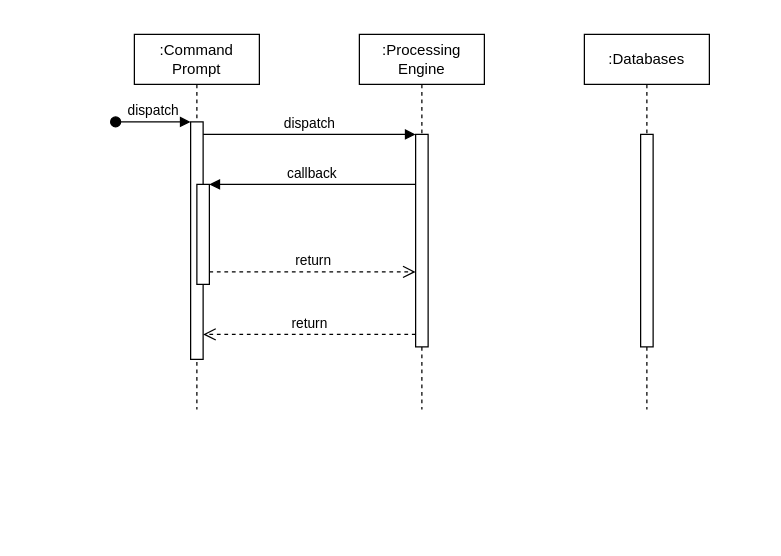
Above: page "Customer" (1 of 7) of Architecture/sequence_diagram.drawio in NataliaPalej/Newsagent-Project (draw.io), before the change. Source tidied: cells renumbered, new cells numbered last; positions are measured from the earlier drawing's top-left corner, leaving out a move shared by most shapes. Both pictures are drawn from the tidied source at 125%, with x=0, y=0 at pixel (115, 34).
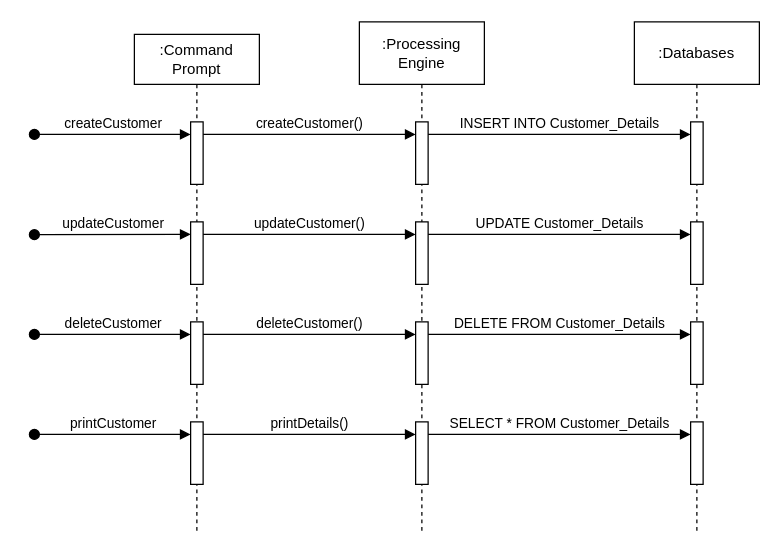
After the change.

Change to the diagram source:
```diff
@@
     <mxCell id="2" value=":Command Prompt" style="shape=umlLifeline;perimeter=lifelinePerimeter;whiteSpace=wrap;html=1;newEdgeStyle={&quot;edgeStyle&quot;:&quot;elbowEdgeStyle&quot;,&quot;elbow&quot;:&quot;vertical&quot;,&quot;curved&quot;:0,&quot;rounded&quot;:0};" parent="1" vertex="1">
-      <mxGeometry x="15" width="100" height="300" as="geometry" />
+      <mxGeometry x="15" width="100" height="400" as="geometry" />
     </mxCell>
     <mxCell id="3" style="html=1;points=[];perimeter=orthogonalPerimeter;outlineConnect=0;targetShapes=umlLifeline;portConstraint=eastwest;newEdgeStyle={&quot;edgeStyle&quot;:&quot;elbowEdgeStyle&quot;,&quot;elbow&quot;:&quot;vertical&quot;,&quot;curved&quot;:0,&quot;rounded&quot;:0};" parent="2" vertex="1">
-      <mxGeometry x="45" y="70" width="10" height="190" as="geometry" />
+      <mxGeometry x="45" y="70" width="10" height="50" as="geometry" />
     </mxCell>
-    <mxCell id="4" value="dispatch" style="html=1;verticalAlign=bottom;startArrow=oval;endArrow=block;startSize=8;edgeStyle=elbowEdgeStyle;elbow=vertical;curved=0;rounded=0;" parent="2" edge="1" target="3">
+    <mxCell id="4" value="createCustomer" style="html=1;verticalAlign=bottom;startArrow=oval;endArrow=block;startSize=8;edgeStyle=elbowEdgeStyle;elbow=vertical;curved=0;rounded=0;" parent="2" edge="1">
       <mxGeometry relative="1" as="geometry">
-        <mxPoint x="-15" y="70" as="sourcePoint" />
+        <mxPoint x="-80" y="80" as="sourcePoint" />
+        <mxPoint x="45" y="80" as="targetPoint" />
       </mxGeometry>
     </mxCell>
-    <mxCell id="5" style="html=1;points=[];perimeter=orthogonalPerimeter;outlineConnect=0;targetShapes=umlLifeline;portConstraint=eastwest;newEdgeStyle={&quot;edgeStyle&quot;:&quot;elbowEdgeStyle&quot;,&quot;elbow&quot;:&quot;vertical&quot;,&quot;curved&quot;:0,&quot;rounded&quot;:0};" parent="2" vertex="1">
-      <mxGeometry x="50" y="120" width="10" height="80" as="geometry" />
-    </mxCell>
+    <mxCell id="14" style="html=1;points=[];perimeter=orthogonalPerimeter;outlineConnect=0;targetShapes=umlLifeline;portConstraint=eastwest;newEdgeStyle={&quot;edgeStyle&quot;:&quot;elbowEdgeStyle&quot;,&quot;elbow&quot;:&quot;vertical&quot;,&quot;curved&quot;:0,&quot;rounded&quot;:0};" parent="2" vertex="1">
+      <mxGeometry x="45" y="150" width="10" height="50" as="geometry" />
+    </mxCell>
+    <mxCell id="15" style="html=1;points=[];perimeter=orthogonalPerimeter;outlineConnect=0;targetShapes=umlLifeline;portConstraint=eastwest;newEdgeStyle={&quot;edgeStyle&quot;:&quot;elbowEdgeStyle&quot;,&quot;elbow&quot;:&quot;vertical&quot;,&quot;curved&quot;:0,&quot;rounded&quot;:0};" parent="2" vertex="1">
+      <mxGeometry x="45" y="230" width="10" height="50" as="geometry" />
+    </mxCell>
+    <mxCell id="16" style="html=1;points=[];perimeter=orthogonalPerimeter;outlineConnect=0;targetShapes=umlLifeline;portConstraint=eastwest;newEdgeStyle={&quot;edgeStyle&quot;:&quot;elbowEdgeStyle&quot;,&quot;elbow&quot;:&quot;vertical&quot;,&quot;curved&quot;:0,&quot;rounded&quot;:0};" parent="2" vertex="1">
+      <mxGeometry x="45" y="310" width="10" height="50" as="geometry" />
+    </mxCell>
-    <mxCell id="6" value=":Processing Engine" style="shape=umlLifeline;perimeter=lifelinePerimeter;whiteSpace=wrap;html=1;newEdgeStyle={&quot;edgeStyle&quot;:&quot;elbowEdgeStyle&quot;,&quot;elbow&quot;:&quot;vertical&quot;,&quot;curved&quot;:0,&quot;rounded&quot;:0};" parent="1" vertex="1">
-      <mxGeometry x="195" width="100" height="300" as="geometry" />
+    <mxCell id="6" value=":Processing Engine" style="shape=umlLifeline;perimeter=lifelinePerimeter;whiteSpace=wrap;html=1;newEdgeStyle={&quot;edgeStyle&quot;:&quot;elbowEdgeStyle&quot;,&quot;elbow&quot;:&quot;vertical&quot;,&quot;curved&quot;:0,&quot;rounded&quot;:0};size=50;" parent="1" vertex="1">
+      <mxGeometry x="195" y="-10" width="100" height="410" as="geometry" />
     </mxCell>
     <mxCell id="7" style="html=1;points=[];perimeter=orthogonalPerimeter;outlineConnect=0;targetShapes=umlLifeline;portConstraint=eastwest;newEdgeStyle={&quot;edgeStyle&quot;:&quot;elbowEdgeStyle&quot;,&quot;elbow&quot;:&quot;vertical&quot;,&quot;curved&quot;:0,&quot;rounded&quot;:0};" parent="6" vertex="1">
-      <mxGeometry x="45" y="80" width="10" height="170" as="geometry" />
+      <mxGeometry x="45" y="80" width="10" height="50" as="geometry" />
     </mxCell>
+    <mxCell id="17" style="html=1;points=[];perimeter=orthogonalPerimeter;outlineConnect=0;targetShapes=umlLifeline;portConstraint=eastwest;newEdgeStyle={&quot;edgeStyle&quot;:&quot;elbowEdgeStyle&quot;,&quot;elbow&quot;:&quot;vertical&quot;,&quot;curved&quot;:0,&quot;rounded&quot;:0};" parent="6" vertex="1">
+      <mxGeometry x="45" y="160" width="10" height="50" as="geometry" />
+    </mxCell>
+    <mxCell id="18" style="html=1;points=[];perimeter=orthogonalPerimeter;outlineConnect=0;targetShapes=umlLifeline;portConstraint=eastwest;newEdgeStyle={&quot;edgeStyle&quot;:&quot;elbowEdgeStyle&quot;,&quot;elbow&quot;:&quot;vertical&quot;,&quot;curved&quot;:0,&quot;rounded&quot;:0};" parent="6" vertex="1">
+      <mxGeometry x="45" y="240" width="10" height="50" as="geometry" />
+    </mxCell>
+    <mxCell id="19" style="html=1;points=[];perimeter=orthogonalPerimeter;outlineConnect=0;targetShapes=umlLifeline;portConstraint=eastwest;newEdgeStyle={&quot;edgeStyle&quot;:&quot;elbowEdgeStyle&quot;,&quot;elbow&quot;:&quot;vertical&quot;,&quot;curved&quot;:0,&quot;rounded&quot;:0};" parent="6" vertex="1">
+      <mxGeometry x="45" y="320" width="10" height="50" as="geometry" />
+    </mxCell>
-    <mxCell id="8" value="dispatch" style="html=1;verticalAlign=bottom;endArrow=block;edgeStyle=elbowEdgeStyle;elbow=vertical;curved=0;rounded=0;" parent="1" edge="1" source="3" target="7">
+    <mxCell id="8" value="createCustomer()" style="html=1;verticalAlign=bottom;endArrow=block;edgeStyle=elbowEdgeStyle;elbow=vertical;curved=0;rounded=0;" parent="1" edge="1" source="3" target="7">
       <mxGeometry relative="1" as="geometry">
         <Array as="points">
           <mxPoint x="155" y="80" />
         </Array>
       </mxGeometry>
     </mxCell>
-    <mxCell id="9" value="return" style="html=1;verticalAlign=bottom;endArrow=open;dashed=1;endSize=8;edgeStyle=elbowEdgeStyle;elbow=vertical;curved=0;rounded=0;" parent="1" edge="1" source="7" target="3">
-      <mxGeometry relative="1" as="geometry">
-        <Array as="points">
-          <mxPoint x="165" y="240" />
-        </Array>
-      </mxGeometry>
-    </mxCell>
-    <mxCell id="10" value="callback" style="html=1;verticalAlign=bottom;endArrow=block;edgeStyle=elbowEdgeStyle;elbow=vertical;curved=0;rounded=0;" parent="1" edge="1" source="7" target="5">
-      <mxGeometry relative="1" as="geometry">
-        <Array as="points">
-          <mxPoint x="165" y="120" />
-        </Array>
-      </mxGeometry>
-    </mxCell>
-    <mxCell id="11" value="return" style="html=1;verticalAlign=bottom;endArrow=open;dashed=1;endSize=8;edgeStyle=elbowEdgeStyle;elbow=vertical;curved=0;rounded=0;" parent="1" edge="1" source="5" target="7">
-      <mxGeometry relative="1" as="geometry">
-        <Array as="points">
-          <mxPoint x="155" y="190" />
-        </Array>
-      </mxGeometry>
-    </mxCell>
-    <mxCell id="12" value=":Databases" style="shape=umlLifeline;perimeter=lifelinePerimeter;whiteSpace=wrap;html=1;newEdgeStyle={&quot;edgeStyle&quot;:&quot;elbowEdgeStyle&quot;,&quot;elbow&quot;:&quot;vertical&quot;,&quot;curved&quot;:0,&quot;rounded&quot;:0};" parent="1" vertex="1">
-      <mxGeometry x="375" width="100" height="300" as="geometry" />
+    <mxCell id="12" value=":Databases" style="shape=umlLifeline;perimeter=lifelinePerimeter;whiteSpace=wrap;html=1;newEdgeStyle={&quot;edgeStyle&quot;:&quot;elbowEdgeStyle&quot;,&quot;elbow&quot;:&quot;vertical&quot;,&quot;curved&quot;:0,&quot;rounded&quot;:0};size=50;" parent="1" vertex="1">
+      <mxGeometry x="415" y="-10" width="100" height="410" as="geometry" />
     </mxCell>
     <mxCell id="13" style="html=1;points=[];perimeter=orthogonalPerimeter;outlineConnect=0;targetShapes=umlLifeline;portConstraint=eastwest;newEdgeStyle={&quot;edgeStyle&quot;:&quot;elbowEdgeStyle&quot;,&quot;elbow&quot;:&quot;vertical&quot;,&quot;curved&quot;:0,&quot;rounded&quot;:0};" parent="12" vertex="1">
-      <mxGeometry x="45" y="80" width="10" height="170" as="geometry" />
+      <mxGeometry x="45" y="80" width="10" height="50" as="geometry" />
     </mxCell>
+    <mxCell id="20" style="html=1;points=[];perimeter=orthogonalPerimeter;outlineConnect=0;targetShapes=umlLifeline;portConstraint=eastwest;newEdgeStyle={&quot;edgeStyle&quot;:&quot;elbowEdgeStyle&quot;,&quot;elbow&quot;:&quot;vertical&quot;,&quot;curved&quot;:0,&quot;rounded&quot;:0};" parent="12" vertex="1">
+      <mxGeometry x="45" y="160" width="10" height="50" as="geometry" />
+    </mxCell>
+    <mxCell id="21" style="html=1;points=[];perimeter=orthogonalPerimeter;outlineConnect=0;targetShapes=umlLifeline;portConstraint=eastwest;newEdgeStyle={&quot;edgeStyle&quot;:&quot;elbowEdgeStyle&quot;,&quot;elbow&quot;:&quot;vertical&quot;,&quot;curved&quot;:0,&quot;rounded&quot;:0};" parent="12" vertex="1">
+      <mxGeometry x="45" y="240" width="10" height="50" as="geometry" />
+    </mxCell>
+    <mxCell id="22" style="html=1;points=[];perimeter=orthogonalPerimeter;outlineConnect=0;targetShapes=umlLifeline;portConstraint=eastwest;newEdgeStyle={&quot;edgeStyle&quot;:&quot;elbowEdgeStyle&quot;,&quot;elbow&quot;:&quot;vertical&quot;,&quot;curved&quot;:0,&quot;rounded&quot;:0};" parent="12" vertex="1">
+      <mxGeometry x="45" y="320" width="10" height="50" as="geometry" />
+    </mxCell>
+    <mxCell id="23" value="INSERT INTO Customer_Details" style="html=1;verticalAlign=bottom;endArrow=block;edgeStyle=elbowEdgeStyle;elbow=vertical;curved=0;rounded=0;" parent="1" edge="1" source="7" target="13">
+      <mxGeometry relative="1" as="geometry">
+        <Array as="points">
+          <mxPoint x="340" y="80" />
+        </Array>
+      </mxGeometry>
+    </mxCell>
+    <mxCell id="24" value="updateCustomer" style="html=1;verticalAlign=bottom;startArrow=oval;endArrow=block;startSize=8;edgeStyle=elbowEdgeStyle;elbow=vertical;curved=0;rounded=0;" parent="1" edge="1">
+      <mxGeometry relative="1" as="geometry">
+        <mxPoint x="-65" y="160.2" as="sourcePoint" />
+        <mxPoint x="60" y="160.2" as="targetPoint" />
+      </mxGeometry>
+    </mxCell>
+    <mxCell id="25" value="updateCustomer()" style="html=1;verticalAlign=bottom;endArrow=block;edgeStyle=elbowEdgeStyle;elbow=vertical;curved=0;rounded=0;" parent="1" edge="1" source="14" target="17">
+      <mxGeometry relative="1" as="geometry">
+        <Array as="points">
+          <mxPoint x="160" y="160" />
+        </Array>
+      </mxGeometry>
+    </mxCell>
+    <mxCell id="26" value="UPDATE Customer_Details" style="html=1;verticalAlign=bottom;endArrow=block;edgeStyle=elbowEdgeStyle;elbow=vertical;curved=0;rounded=0;" parent="1" edge="1" source="17" target="20">
+      <mxGeometry relative="1" as="geometry">
+        <Array as="points">
+          <mxPoint x="335" y="160" />
+        </Array>
+      </mxGeometry>
+    </mxCell>
+    <mxCell id="27" value="deleteCustomer" style="html=1;verticalAlign=bottom;startArrow=oval;endArrow=block;startSize=8;edgeStyle=elbowEdgeStyle;elbow=vertical;curved=0;rounded=0;" parent="1" edge="1">
+      <mxGeometry relative="1" as="geometry">
+        <mxPoint x="-65" y="240" as="sourcePoint" />
+        <mxPoint x="60" y="240" as="targetPoint" />
+      </mxGeometry>
+    </mxCell>
+    <mxCell id="28" value="deleteCustomer()" style="html=1;verticalAlign=bottom;endArrow=block;edgeStyle=elbowEdgeStyle;elbow=vertical;curved=0;rounded=0;" parent="1" edge="1" source="15" target="18">
+      <mxGeometry relative="1" as="geometry">
+        <Array as="points">
+          <mxPoint x="165" y="240" />
+        </Array>
+      </mxGeometry>
+    </mxCell>
+    <mxCell id="29" value="DELETE FROM Customer_Details" style="html=1;verticalAlign=bottom;endArrow=block;edgeStyle=elbowEdgeStyle;elbow=vertical;curved=0;rounded=0;" parent="1" edge="1" source="18" target="21">
+      <mxGeometry relative="1" as="geometry">
+        <Array as="points">
+          <mxPoint x="345" y="240" />
+        </Array>
+      </mxGeometry>
+    </mxCell>
+    <mxCell id="30" value="printCustomer" style="html=1;verticalAlign=bottom;startArrow=oval;endArrow=block;startSize=8;edgeStyle=elbowEdgeStyle;elbow=vertical;curved=0;rounded=0;" parent="1" edge="1">
+      <mxGeometry relative="1" as="geometry">
+        <mxPoint x="-65" y="320" as="sourcePoint" />
+        <mxPoint x="60" y="320" as="targetPoint" />
+      </mxGeometry>
+    </mxCell>
+    <mxCell id="31" value="printDetails()" style="html=1;verticalAlign=bottom;endArrow=block;edgeStyle=elbowEdgeStyle;elbow=vertical;curved=0;rounded=0;" parent="1" edge="1" source="16" target="19">
+      <mxGeometry relative="1" as="geometry">
+        <Array as="points">
+          <mxPoint x="175" y="320" />
+        </Array>
+      </mxGeometry>
+    </mxCell>
+    <mxCell id="32" value="SELECT * FROM Customer_Details" style="html=1;verticalAlign=bottom;endArrow=block;edgeStyle=elbowEdgeStyle;elbow=vertical;curved=0;rounded=0;" parent="1" edge="1" source="19" target="22">
+      <mxGeometry relative="1" as="geometry">
+        <Array as="points">
+          <mxPoint x="360" y="320" />
+        </Array>
+      </mxGeometry>
+    </mxCell>
```
